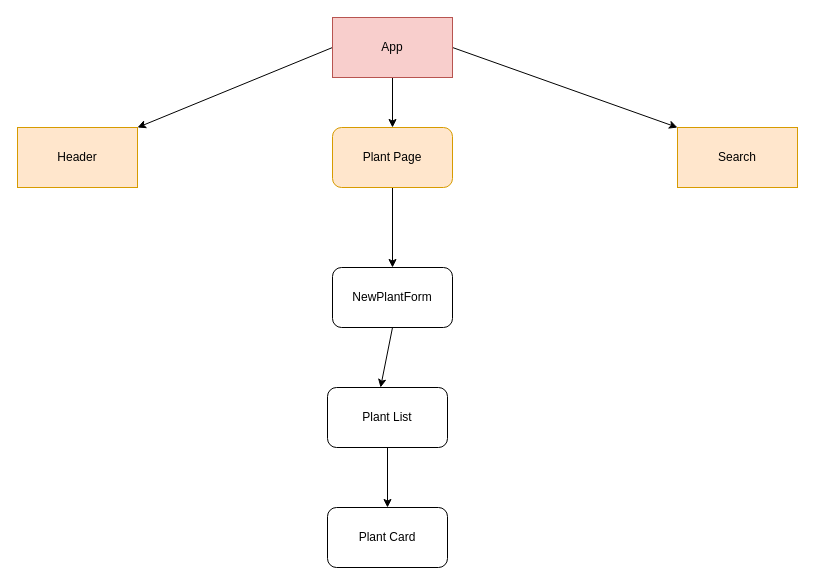
Before: src/plant.drawio in learn-co-curriculum/react-hooks-mock-code-challenge-plantshop, a draw.io diagram. Source tidied: cells renumbered, new cells numbered last; positions are measured from the earlier drawing's top-left corner, leaving out a move shared by most shapes. Both pictures are drawn from the tidied source at 100%, with x=0, y=0 at pixel (17, 17).
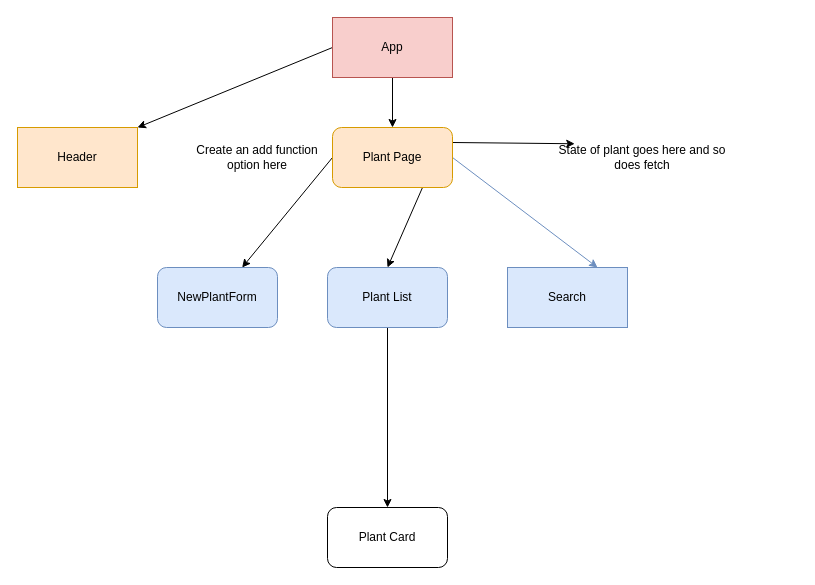
Above is the later version.

Commit message (it also covers changes not shown here):
added deleted function and it persists!

What changed in the source:
```diff
@@
 <mxGraphModel>
   <root>
     <mxCell id="0" />
     <mxCell id="1" parent="0" />
     <mxCell id="2" style="edgeStyle=none;html=1;exitX=0;exitY=0.5;exitDx=0;exitDy=0;entryX=1;entryY=0;entryDx=0;entryDy=0;" parent="1" edge="1" source="5" target="6">
       <mxGeometry relative="1" as="geometry" />
     </mxCell>
-    <mxCell id="3" style="edgeStyle=none;html=1;exitX=1;exitY=0.5;exitDx=0;exitDy=0;entryX=0;entryY=0;entryDx=0;entryDy=0;" parent="1" edge="1" source="5" target="12">
-      <mxGeometry relative="1" as="geometry" />
-    </mxCell>
     <mxCell id="4" style="edgeStyle=none;html=1;exitX=0.5;exitY=1;exitDx=0;exitDy=0;entryX=0.5;entryY=0;entryDx=0;entryDy=0;" parent="1" edge="1" source="5" target="8">
       <mxGeometry relative="1" as="geometry" />
     </mxCell>
     <mxCell id="5" value="App" style="rounded=0;whiteSpace=wrap;html=1;fillColor=#f8cecc;strokeColor=#b85450;" parent="1" vertex="1">
       <mxGeometry x="315" width="120" height="60" as="geometry" />
     </mxCell>
     <mxCell id="6" value="Header" style="rounded=0;whiteSpace=wrap;html=1;fillColor=#ffe6cc;strokeColor=#d79b00;" parent="1" vertex="1">
       <mxGeometry y="110" width="120" height="60" as="geometry" />
     </mxCell>
+    <mxCell id="15" style="edgeStyle=none;html=1;exitX=1;exitY=0.5;exitDx=0;exitDy=0;entryX=0.75;entryY=0;entryDx=0;entryDy=0;fillColor=#dae8fc;strokeColor=#6c8ebf;" parent="1" edge="1" source="8" target="12">
+      <mxGeometry relative="1" as="geometry" />
+    </mxCell>
+    <mxCell id="16" style="edgeStyle=none;html=1;exitX=0.75;exitY=1;exitDx=0;exitDy=0;entryX=0.5;entryY=0;entryDx=0;entryDy=0;" parent="1" edge="1" source="8" target="10">
+      <mxGeometry relative="1" as="geometry" />
+    </mxCell>
-    <mxCell id="7" style="edgeStyle=none;html=1;exitX=0.5;exitY=1;exitDx=0;exitDy=0;" parent="1" edge="1" source="8" target="14">
+    <mxCell id="7" style="edgeStyle=none;html=1;exitX=0;exitY=0.5;exitDx=0;exitDy=0;" parent="1" edge="1" source="8" target="14">
       <mxGeometry relative="1" as="geometry" />
     </mxCell>
+    <mxCell id="17" style="edgeStyle=none;html=1;exitX=1;exitY=0.25;exitDx=0;exitDy=0;entryX=0.101;entryY=0.042;entryDx=0;entryDy=0;entryPerimeter=0;" parent="1" edge="1" source="8" target="18">
+      <mxGeometry relative="1" as="geometry" />
+    </mxCell>
     <mxCell id="8" value="Plant Page" style="rounded=1;whiteSpace=wrap;html=1;fillColor=#ffe6cc;strokeColor=#d79b00;" parent="1" vertex="1">
       <mxGeometry x="315" y="110" width="120" height="60" as="geometry" />
     </mxCell>
     <mxCell id="9" style="edgeStyle=none;html=1;exitX=0.5;exitY=1;exitDx=0;exitDy=0;" parent="1" edge="1" source="10" target="11">
       <mxGeometry relative="1" as="geometry" />
     </mxCell>
-    <mxCell id="10" value="Plant List" style="rounded=1;whiteSpace=wrap;html=1;" parent="1" vertex="1">
-      <mxGeometry x="310" y="370" width="120" height="60" as="geometry" />
+    <mxCell id="10" value="Plant List" style="rounded=1;whiteSpace=wrap;html=1;fillColor=#dae8fc;strokeColor=#6c8ebf;" parent="1" vertex="1">
+      <mxGeometry x="310" y="250" width="120" height="60" as="geometry" />
     </mxCell>
     <mxCell id="11" value="Plant Card" style="rounded=1;whiteSpace=wrap;html=1;" parent="1" vertex="1">
       <mxGeometry x="310" y="490" width="120" height="60" as="geometry" />
     </mxCell>
-    <mxCell id="12" value="Search" style="rounded=0;whiteSpace=wrap;html=1;fillColor=#ffe6cc;strokeColor=#d79b00;" parent="1" vertex="1">
-      <mxGeometry x="660" y="110" width="120" height="60" as="geometry" />
+    <mxCell id="12" value="Search" style="rounded=0;whiteSpace=wrap;html=1;fillColor=#dae8fc;strokeColor=#6c8ebf;" parent="1" vertex="1">
+      <mxGeometry x="490" y="250" width="120" height="60" as="geometry" />
     </mxCell>
-    <mxCell id="13" style="edgeStyle=none;html=1;exitX=0.5;exitY=1;exitDx=0;exitDy=0;entryX=0.442;entryY=0;entryDx=0;entryDy=0;entryPerimeter=0;" parent="1" edge="1" source="14" target="10">
-      <mxGeometry relative="1" as="geometry" />
-    </mxCell>
-    <mxCell id="14" value="NewPlantForm" style="rounded=1;whiteSpace=wrap;html=1;" parent="1" vertex="1">
-      <mxGeometry x="315" y="250" width="120" height="60" as="geometry" />
+    <mxCell id="14" value="NewPlantForm" style="rounded=1;whiteSpace=wrap;html=1;fillColor=#dae8fc;strokeColor=#6c8ebf;" parent="1" vertex="1">
+      <mxGeometry x="140" y="250" width="120" height="60" as="geometry" />
     </mxCell>
+    <mxCell id="18" value="State of plant goes here and so does fetch" style="text;html=1;strokeColor=none;fillColor=none;align=center;verticalAlign=middle;whiteSpace=wrap;rounded=0;" parent="1" vertex="1">
+      <mxGeometry x="540" y="125" width="170" height="30" as="geometry" />
+    </mxCell>
+    <mxCell id="19" value="Create an add function option here" style="text;html=1;strokeColor=none;fillColor=none;align=center;verticalAlign=middle;whiteSpace=wrap;rounded=0;" parent="1" vertex="1">
+      <mxGeometry x="165" y="125" width="150" height="30" as="geometry" />
+    </mxCell>
   </root>
 </mxGraphModel>
```
